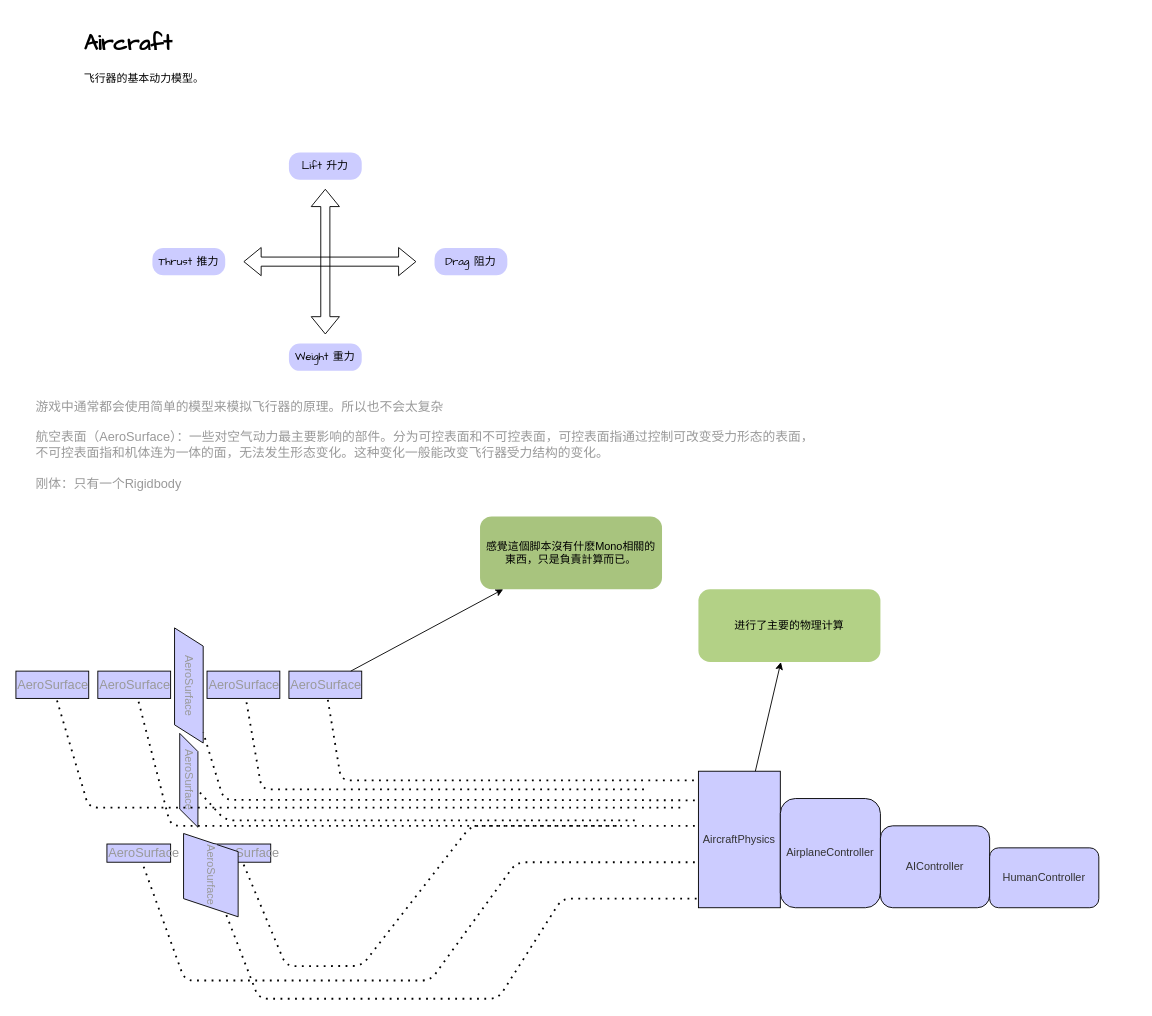
This is AirCraft.drawio from gatzai/DrawioStorage, a draw.io file, before an edit. Source tidied: cells renumbered, new cells numbered last; positions are measured from the earlier drawing's top-left corner, leaving out a move shared by most shapes. Both pictures are drawn from the tidied source at 91%, with x=0, y=0 at pixel (15, 25).
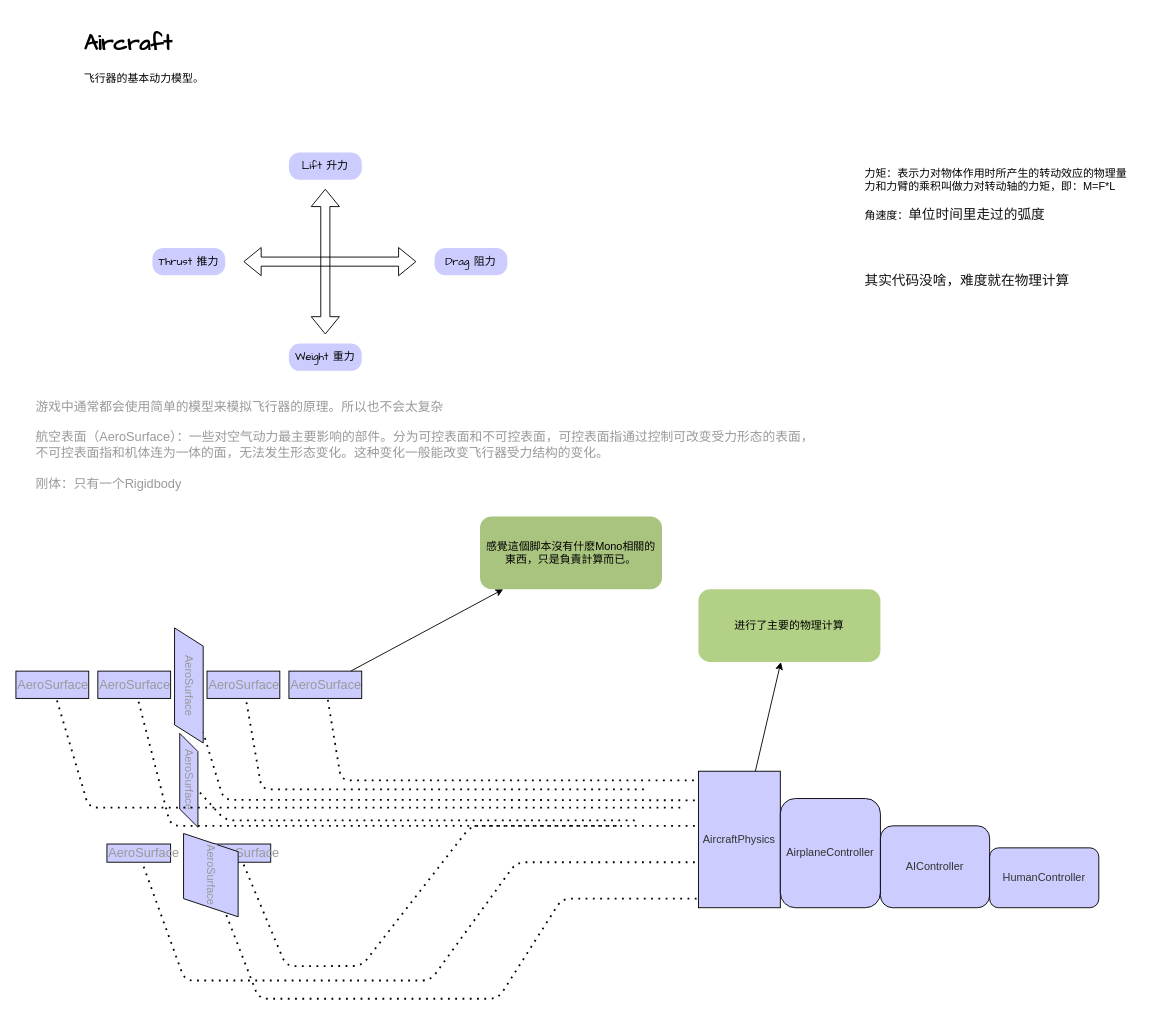
After the change.

What changed in the source:
```diff
@@
+    <mxCell id="36" value="力矩：表示力对物体作用时所产生的转动效应的物理量&lt;br&gt;力和力臂的乘积叫做力对转动轴的力矩，即：M=F*L&lt;br&gt;&lt;br&gt;角速度：&lt;span style=&quot;color: rgb(18 , 18 , 18) ; font-family: , &amp;#34;blinkmacsystemfont&amp;#34; , &amp;#34;helvetica neue&amp;#34; , &amp;#34;pingfang sc&amp;#34; , &amp;#34;microsoft yahei&amp;#34; , &amp;#34;source han sans sc&amp;#34; , &amp;#34;noto sans cjk sc&amp;#34; , &amp;#34;wenquanyi micro hei&amp;#34; , sans-serif ; font-size: 15px ; background-color: rgb(255 , 255 , 255)&quot;&gt;单位时间里走过的弧度&lt;br&gt;&lt;br&gt;&lt;br&gt;&lt;br&gt;其实代码没啥，难度就在物理计算&lt;br&gt;&lt;/span&gt;" style="text;whiteSpace=wrap;html=1;" parent="1" vertex="1">
+      <mxGeometry x="931" y="150" width="300" height="30" as="geometry" />
+    </mxCell>
```
